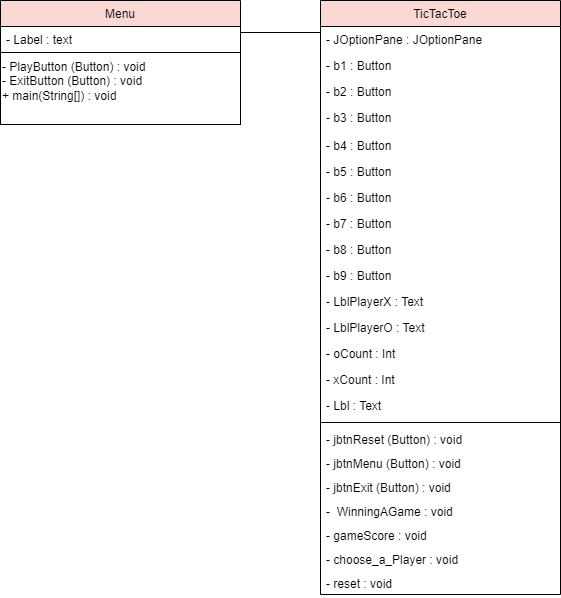
This is UML.png from praktikum-tiunpad-2021/oop-final-kelompok-b-05, a draw.io export, as it was before one commit. Source tidied: cells renumbered, new cells last; positions are measured from the earlier drawing's top-left corner, leaving out a move shared by most shapes.
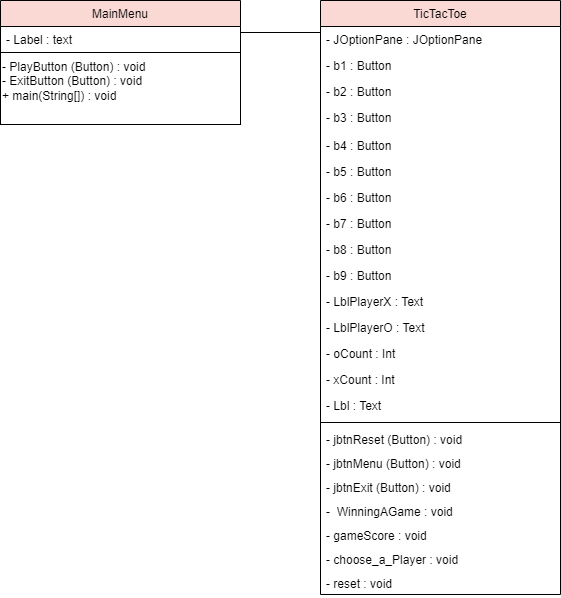
Later version of the same file.

Change to the diagram source:
```diff
@@ -2,7 +2,7 @@
   <root>
     <mxCell id="0" />
     <mxCell id="1" parent="0" />
-    <mxCell id="2" value="Menu" style="swimlane;fontStyle=0;horizontal=1;startSize=26;fillColor=#fad9d5;strokeColor=#000000;" parent="1" vertex="1">
+    <mxCell id="2" value="MainMenu" style="swimlane;fontStyle=0;horizontal=1;startSize=26;fillColor=#fad9d5;strokeColor=#000000;" parent="1" vertex="1">
       <mxGeometry width="240" height="52" as="geometry" />
     </mxCell>
     <mxCell id="3" value="- Label : text" style="text;strokeColor=none;fillColor=none;align=left;verticalAlign=top;spacingLeft=4;spacingRight=4;overflow=hidden;" parent="2" vertex="1">
```
